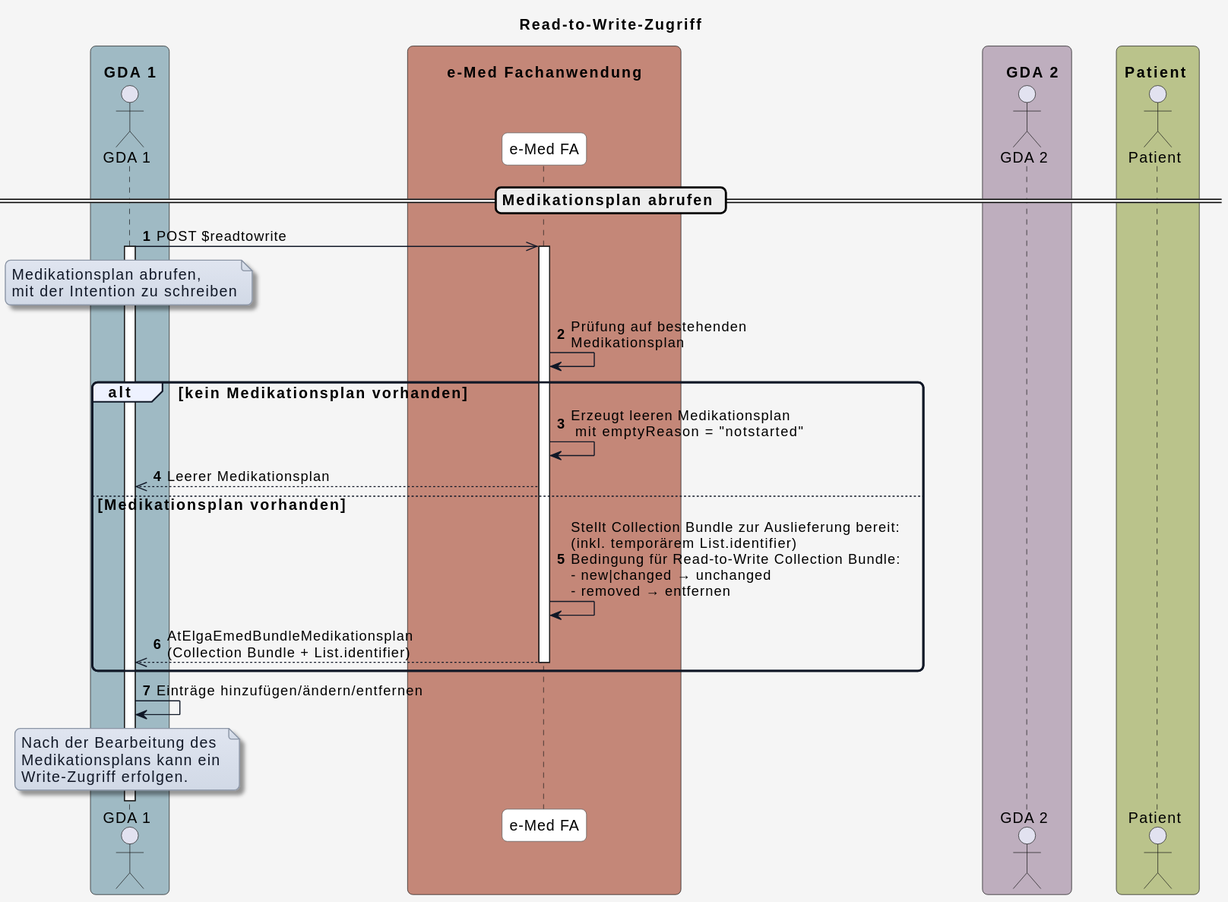
Before: r4-ELGA-e-Medikation-main/plantuml/diagram_readtowrite.svg, a diagram exported from PlantUML (HL7Austria/hl7austria.github.io).
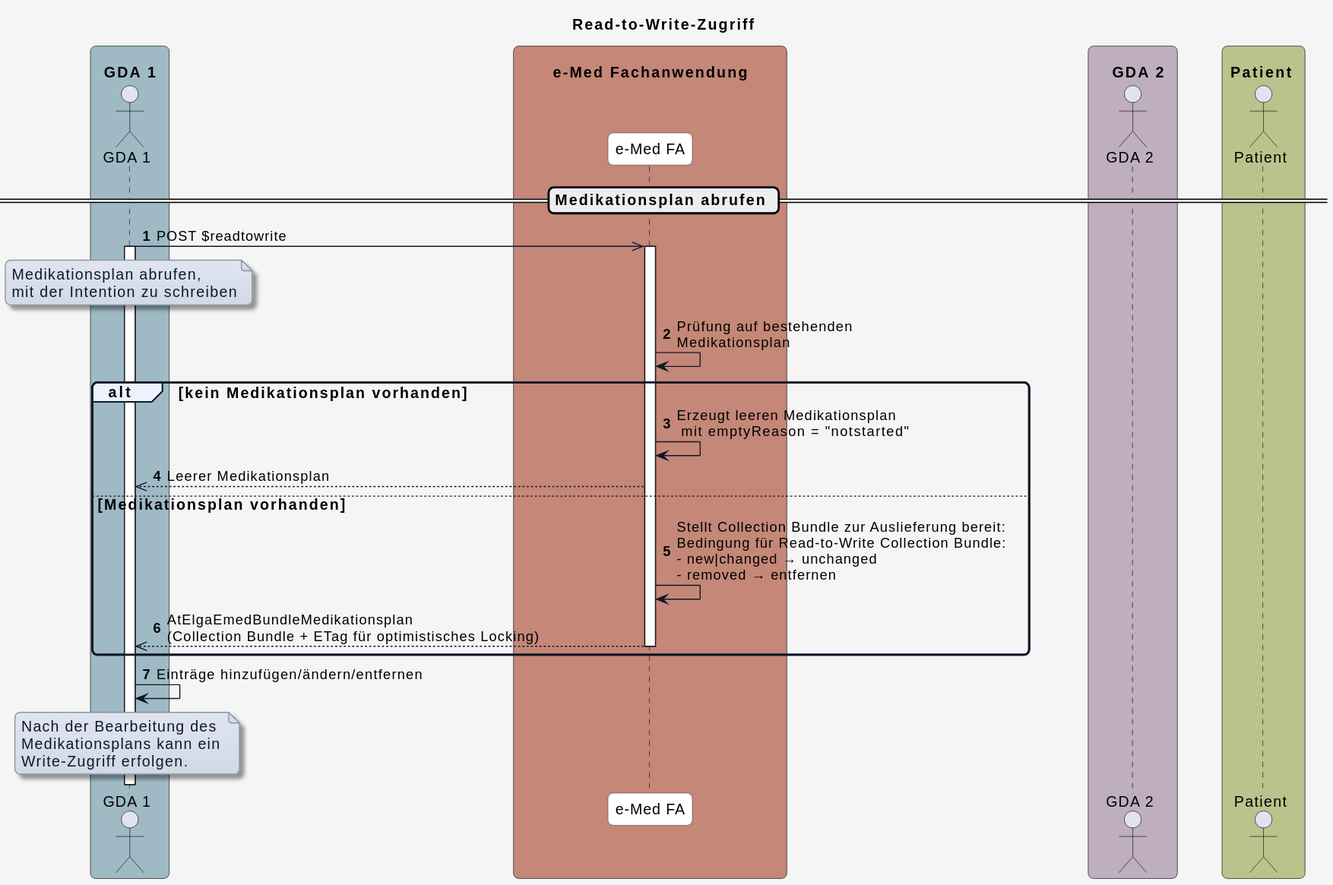
Above is the later version.

Diff of the diagram source:
```diff
@@ -77,8 +77,8 @@
   eMed_FA -->> GDA_1: Leerer Medikationsplan
 
 else Medikationsplan vorhanden
-  eMed_FA -> eMed_FA: Stellt Collection Bundle zur Auslieferung bereit:\n(inkl. temporärem List.identifier)\nBedingung für Read-to-Write Collection Bundle:\n- new|changed → unchanged\n- removed → entfernen
-  eMed_FA -->> GDA_1: AtElgaEmedBundleMedikationsplan\n(Collection Bundle + List.identifier)
+  eMed_FA -> eMed_FA: Stellt Collection Bundle zur Auslieferung bereit:\nBedingung für Read-to-Write Collection Bundle:\n- new|changed → unchanged\n- removed → entfernen
+  eMed_FA -->> GDA_1: AtElgaEmedBundleMedikationsplan\n(Collection Bundle + ETag für optimistisches Locking)
   deactivate eMed_FA
 end
 
```
